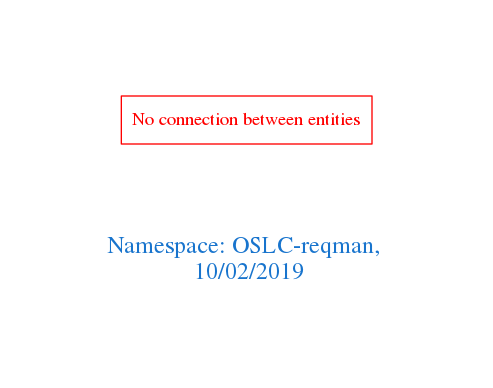
Earlier version of the Graphviz export downloads/OSLC-reqman.png (arago/OGIT). Its source is kept beside it as downloads/OSLC-reqman.dot.
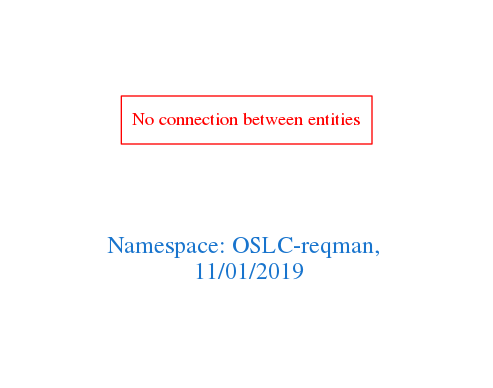
The same diagram one commit later.

What changed in the source:
```diff
@@ -1,7 +1,7 @@
 digraph OGIT_ontology {
  graph [ rankdir= LR,pad=1
 fontsize = 18,
-fontcolor= dodgerblue3,label = "\n\n\nNamespace: OSLC-reqman, \n 10/02/2019"];
+fontcolor= dodgerblue3,label = "\n\n\nNamespace: OSLC-reqman, \n 11/01/2019"];
 node[shape=polygon];
 edge [  color="gray81"];
 
```
